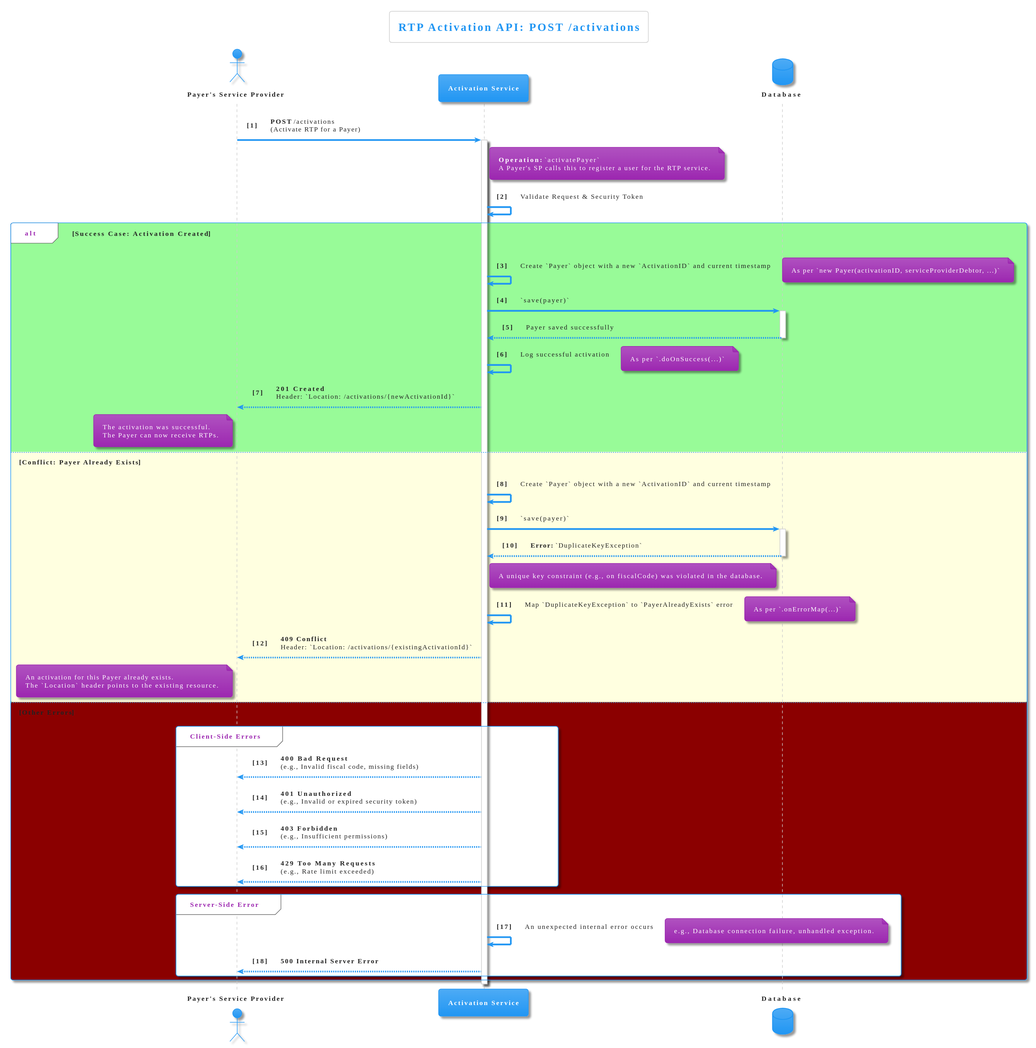
Earlier version of the PlantUML export diagrams/activation.svg (pagopa/rtp-docs).
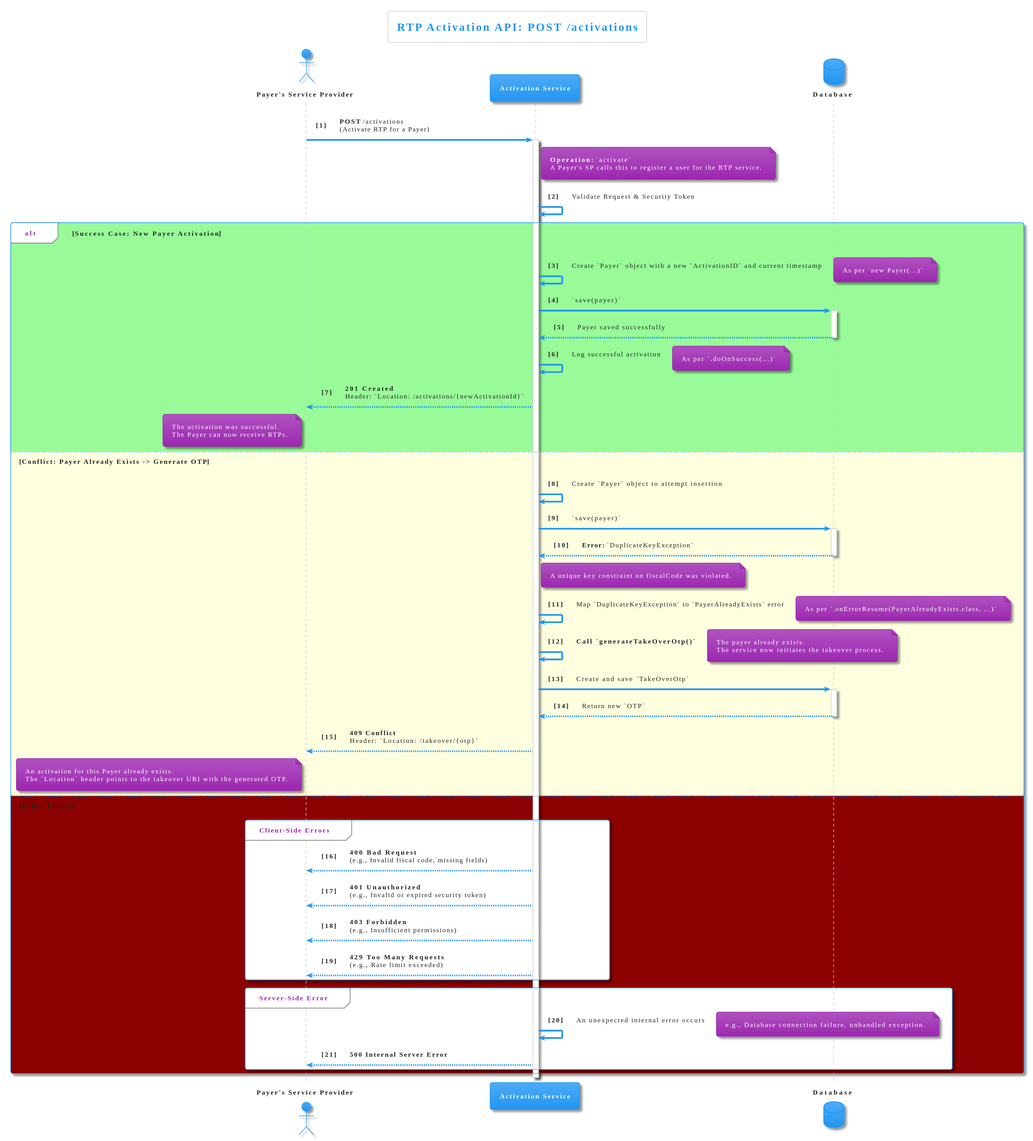
Later version of the same file.

Commit message:
feat: [SRTP-988] Add takeover. (#31)

The edit, as a diff of the source:
```diff
@@ -14,16 +14,16 @@
 activate AS
 
 note right of AS
-  **Operation:** `activatePayer`
+  **Operation:** `activate`
   A Payer's SP calls this to register a user for the RTP service.
 end note
 
 AS -> AS: Validate Request & Security Token
 
-alt #palegreen **Success Case: Activation Created**
+alt #palegreen **Success Case: New Payer Activation**
 
     AS -> AS: Create `Payer` object with a new `ActivationID` and current timestamp
-    note right: As per `new Payer(activationID, serviceProviderDebtor, ...)`
+    note right: As per `new Payer(...)`
 
     AS -> DB: `save(payer)`
     activate DB
@@ -39,23 +39,34 @@
         The Payer can now receive RTPs.
     end note
 
-else #lightyellow **Conflict: Payer Already Exists**
+else #lightyellow **Conflict: Payer Already Exists -> Generate OTP**
 
-    AS -> AS: Create `Payer` object with a new `ActivationID` and current timestamp
+    AS -> AS: Create `Payer` object to attempt insertion
 
     AS -> DB: `save(payer)`
     activate DB
     DB --> AS: **Error:** `DuplicateKeyException`
     deactivate DB
-    note right of AS: A unique key constraint (e.g., on fiscalCode) was violated in the database.
+    note right of AS: A unique key constraint on fiscalCode was violated.
 
     AS -> AS: Map `DuplicateKeyException` to `PayerAlreadyExists` error
-    note right: As per `.onErrorMap(...)`
+    note right: As per `.onErrorResume(PayerAlreadyExists.class, ...)`
 
-    AS --> PSP: **409 Conflict**\nHeader: `Location: /activations/{existingActivationId}`
+    AS -> AS: **Call `generateTakeOverOtp()`**
+    note right
+        The payer already exists.
+        The service now initiates the takeover process.
+    end note
+
+    AS -> DB: Create and save `TakeOverOtp`
+    activate DB
+    DB --> AS: Return new `OTP`
+    deactivate DB
+
+    AS --> PSP: **409 Conflict**\nHeader: `Location: /takeover/{otp}`
     note left of PSP
         An activation for this Payer already exists.
-        The `Location` header points to the existing resource.
+        The `Location` header points to the takeover URI with the generated OTP.
     end note
 
 else #darkred **Other Errors**
```
